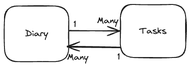
lewisje1991/example-postgres-api keeps this Excalidraw diagram as schema.excalidraw.png. Above is the earlier version. Source tidied: one line per element, renumbered; positions are measured from the earlier drawing's top-left corner, leaving out a move shared by most shapes.
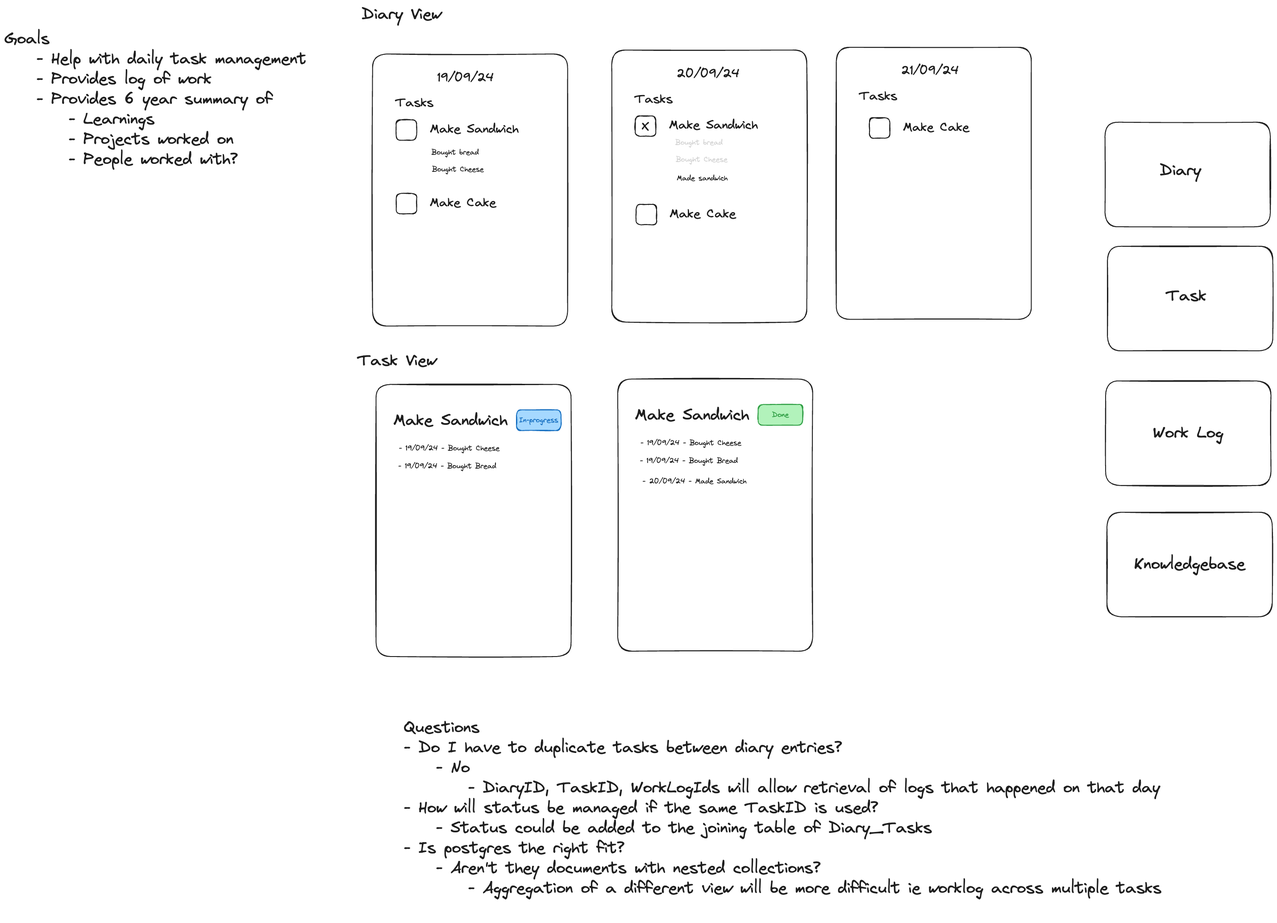
Later version of the same file.

What changed in the source:
```diff
@@ -1,10 +1,50 @@
-{"id": 0, "type": "rectangle", "strokeColor": "#1e1e1e", "strokeWidth": 2, "roughness": 1, "round": true, "x": 0, "y": 4, "width": 144, "height": 125}
+{"id": 10, "type": "rectangle", "strokeColor": "#1e1e1e", "strokeWidth": 2, "roughness": 1, "round": true, "x": -1717, "y": -186, "width": 437, "height": 610}
+{"id": 11, "type": "text", "text": "19/09/24", "strokeColor": "#1e1e1e", "strokeWidth": 2, "roughness": 1, "fontSize": 28, "fontFamily": 1, "x": -1572, "y": -150, "width": 127, "height": 35}
+{"id": 12, "type": "text", "text": "Tasks\n", "strokeColor": "#1e1e1e", "strokeWidth": 2, "roughness": 1, "fontSize": 28, "fontFamily": 1, "x": -1666, "y": -93, "width": 85, "height": 70}
+{"id": 13, "type": "rectangle", "strokeColor": "#1e1e1e", "strokeWidth": 2, "roughness": 1, "round": true, "x": -1665, "y": -38, "width": 46, "height": 46}
+{"id": 14, "type": "text", "text": "Make Sandwich", "strokeColor": "#1e1e1e", "strokeWidth": 2, "roughness": 1, "fontSize": 28, "fontFamily": 1, "x": -1589, "y": -35, "width": 199, "height": 35}
+{"id": 15, "type": "rectangle", "strokeColor": "#1e1e1e", "strokeWidth": 2, "roughness": 1, "round": true, "x": -1664, "y": 127, "width": 46, "height": 46}
+{"id": 16, "type": "text", "text": "Make Cake", "strokeColor": "#1e1e1e", "strokeWidth": 2, "roughness": 1, "fontSize": 28, "fontFamily": 1, "x": -1589, "y": 131, "width": 149, "height": 35}
+{"id": 17, "type": "text", "text": "Bought bread", "strokeColor": "#1e1e1e", "strokeWidth": 2, "roughness": 1, "fontSize": 16, "fontFamily": 1, "x": -1585, "y": 25, "width": 106, "height": 20}
+{"id": 18, "type": "text", "text": "Bought Cheese", "strokeColor": "#1e1e1e", "strokeWidth": 2, "roughness": 1, "fontSize": 16, "fontFamily": 1, "x": -1584, "y": 63, "width": 116, "height": 20}
+{"id": 19, "type": "rectangle", "strokeColor": "#1e1e1e", "strokeWidth": 2, "roughness": 1, "round": true, "x": -1182, "y": -194, "width": 437, "height": 610}
+{"id": 20, "type": "text", "text": "20/09/24", "strokeColor": "#1e1e1e", "strokeWidth": 2, "roughness": 1, "fontSize": 28, "fontFamily": 1, "x": -1037, "y": -159, "width": 141, "height": 35}
+{"id": 21, "type": "text", "text": "Tasks\n", "strokeColor": "#1e1e1e", "strokeWidth": 2, "roughness": 1, "fontSize": 28, "fontFamily": 1, "x": -1130, "y": -102, "width": 85, "height": 70}
+{"id": 22, "type": "rectangle", "strokeColor": "#1e1e1e", "strokeWidth": 2, "roughness": 1, "round": true, "x": -1129, "y": -47, "width": 46, "height": 46}
+{"id": 23, "type": "text", "text": "X", "strokeColor": "#1e1e1e", "strokeWidth": 2, "roughness": 1, "fontSize": 28, "fontFamily": 1, "textAlign": "center", "verticalAlign": "middle", "inside": 22, "x": -1114, "y": -41, "width": 17, "height": 35}
+{"id": 24, "type": "text", "text": "Make Sandwich", "strokeColor": "#1e1e1e", "strokeWidth": 2, "roughness": 1, "fontSize": 28, "fontFamily": 1, "x": -1053, "y": -43, "width": 199, "height": 35}
+{"id": 25, "type": "rectangle", "strokeColor": "#1e1e1e", "strokeWidth": 2, "roughness": 1, "round": true, "x": -1127, "y": 151, "width": 46, "height": 46}
+{"id": 26, "type": "text", "text": "Make Cake", "strokeColor": "#1e1e1e", "strokeWidth": 2, "roughness": 1, "fontSize": 28, "fontFamily": 1, "x": -1052, "y": 155, "width": 149, "height": 35}
+{"id": 27, "type": "text", "text": "Made sandwich", "strokeColor": "#1e1e1e", "strokeWidth": 2, "roughness": 1, "fontSize": 16, "fontFamily": 1, "x": -1036, "y": 84, "width": 114, "height": 20}
+{"id": 28, "type": "rectangle", "strokeColor": "#1e1e1e", "strokeWidth": 2, "roughness": 1, "round": true, "x": -679, "y": -201, "width": 437, "height": 610}
+{"id": 29, "type": "text", "text": "21/09/24", "strokeColor": "#1e1e1e", "strokeWidth": 2, "roughness": 1, "fontSize": 28, "fontFamily": 1, "x": -534, "y": -165, "width": 130, "height": 35}
+{"id": 30, "type": "text", "text": "Tasks\n", "strokeColor": "#1e1e1e", "strokeWidth": 2, "roughness": 1, "fontSize": 28, "fontFamily": 1, "x": -627, "y": -109, "width": 85, "height": 70}
+{"id": 31, "type": "rectangle", "strokeColor": "#1e1e1e", "strokeWidth": 2, "roughness": 1, "round": true, "x": -604, "y": -43, "width": 46, "height": 46}
+{"id": 32, "type": "text", "text": "Make Cake", "strokeColor": "#1e1e1e", "strokeWidth": 2, "roughness": 1, "fontSize": 28, "fontFamily": 1, "x": -529, "y": -39, "width": 149, "height": 35}
+{"id": 33, "type": "text", "text": "Bought bread", "strokeColor": "#1e1e1e", "strokeWidth": 2, "roughness": 1, "opacity": 20, "fontSize": 16, "fontFamily": 1, "x": -1039, "y": 3, "width": 106, "height": 20}
+{"id": 34, "type": "text", "text": "Bought Cheese", "strokeColor": "#1e1e1e", "strokeWidth": 2, "roughness": 1, "opacity": 20, "fontSize": 16, "fontFamily": 1, "x": -1038, "y": 42, "width": 116, "height": 20}
+{"id": 35, "type": "text", "text": "Diary View", "strokeColor": "#1e1e1e", "strokeWidth": 2, "roughness": 1, "fontSize": 36, "fontFamily": 1, "x": -1742, "y": -297, "width": 178, "height": 45}
+{"id": 36, "type": "text", "text": "Task View", "strokeColor": "#1e1e1e", "strokeWidth": 2, "roughness": 1, "fontSize": 36, "fontFamily": 1, "x": -1751, "y": 480, "width": 176, "height": 45}
+{"id": 37, "type": "rectangle", "strokeColor": "#1e1e1e", "strokeWidth": 2, "roughness": 1, "round": true, "x": -1710, "y": 555, "width": 437, "height": 610}
+{"id": 38, "type": "text", "text": "Make Sandwich", "strokeColor": "#1e1e1e", "strokeWidth": 2, "roughness": 1, "fontSize": 36, "fontFamily": 1, "x": -1671, "y": 614, "width": 256, "height": 45}
+{"id": 39, "type": "text", "text": "- 19/09/24 - Bought Cheese", "strokeColor": "#1e1e1e", "strokeWidth": 2, "roughness": 1, "fontSize": 16, "fontFamily": 1, "x": -1658, "y": 688, "width": 225, "height": 20}
+{"id": 40, "type": "text", "text": "- 19/09/24 - Bought Bread", "strokeColor": "#1e1e1e", "strokeWidth": 2, "roughness": 1, "fontSize": 16, "fontFamily": 1, "x": -1660, "y": 728, "width": 219, "height": 20}
+{"id": 41, "type": "rectangle", "strokeColor": "#1971c2", "backgroundColor": "#a5d8ff", "fillStyle": "solid", "strokeWidth": 2, "roughness": 1, "round": true, "x": -1395, "y": 612, "width": 100, "height": 46}
+{"id": 42, "type": "text", "text": "In-progress", "strokeColor": "#1971c2", "backgroundColor": "#a5d8ff", "fillStyle": "solid", "strokeWidth": 2, "roughness": 1, "fontSize": 16, "fontFamily": 1, "textAlign": "center", "verticalAlign": "middle", "inside": 41, "x": -1389, "y": 625, "width": 87, "height": 20}
+{"id": 43, "type": "rectangle", "strokeColor": "#1e1e1e", "strokeWidth": 2, "roughness": 1, "round": true, "x": -1168, "y": 543, "width": 437, "height": 610}
+{"id": 44, "type": "text", "text": "Make Sandwich", "strokeColor": "#1e1e1e", "strokeWidth": 2, "roughness": 1, "fontSize": 36, "fontFamily": 1, "x": -1130, "y": 602, "width": 256, "height": 45}
+{"id": 45, "type": "text", "text": "- 19/09/24 - Bought Cheese", "strokeColor": "#1e1e1e", "strokeWidth": 2, "roughness": 1, "fontSize": 16, "fontFamily": 1, "x": -1117, "y": 676, "width": 225, "height": 20}
+{"id": 46, "type": "text", "text": "- 19/09/24 - Bought Bread", "strokeColor": "#1e1e1e", "strokeWidth": 2, "roughness": 1, "fontSize": 16, "fontFamily": 1, "x": -1118, "y": 716, "width": 219, "height": 20}
+{"id": 47, "type": "rectangle", "strokeColor": "#2f9e44", "backgroundColor": "#b2f2bb", "fillStyle": "solid", "strokeWidth": 2, "roughness": 1, "round": true, "x": -854, "y": 600, "width": 100, "height": 46}
+{"id": 48, "type": "text", "text": "Done", "strokeColor": "#2f9e44", "backgroundColor": "#a5d8ff", "fillStyle": "solid", "strokeWidth": 2, "roughness": 1, "fontSize": 16, "fontFamily": 1, "textAlign": "center", "verticalAlign": "middle", "inside": 47, "x": -823, "y": 613, "width": 38, "height": 20}
+{"id": 49, "type": "text", "text": "- 20/09/24 - Made Sandwich", "strokeColor": "#1e1e1e", "strokeWidth": 2, "roughness": 1, "fontSize": 16, "fontFamily": 1, "x": -1113, "y": 763, "width": 233, "height": 20}
+{"id": 50, "type": "rectangle", "strokeColor": "#1e1e1e", "strokeWidth": 2, "roughness": 1, "round": true, "x": -77, "y": -33, "width": 370, "height": 234}
-{"id": 1, "type": "text", "text": "Diary", "strokeColor": "#1e1e1e", "strokeWidth": 2, "roughness": 1, "fontSize": 20, "fontFamily": 1, "textAlign": "center", "verticalAlign": "middle", "inside": 0, "x": 46, "y": 53, "width": 51, "height": 25}
+{"id": 1, "type": "text", "text": "Diary", "strokeColor": "#1e1e1e", "strokeWidth": 2, "roughness": 1, "fontSize": 36, "fontFamily": 1, "x": 46, "y": 53, "width": 92, "height": 45}
-{"id": 2, "type": "rectangle", "strokeColor": "#1e1e1e", "strokeWidth": 2, "roughness": 1, "round": true, "x": 260, "y": 0, "width": 147, "height": 119}
-{"id": 3, "type": "text", "text": "Tasks", "strokeColor": "#1e1e1e", "strokeWidth": 2, "roughness": 1, "fontSize": 20, "fontFamily": 1, "textAlign": "center", "verticalAlign": "middle", "inside": 2, "x": 303, "y": 47, "width": 61, "height": 25}
-{"id": 4, "type": "arrow", "strokeColor": "#1e1e1e", "strokeWidth": 2, "roughness": 1, "endArrowhead": "arrow", "round": true, "from": 0, "to": 2, "x": 145, "y": 59, "width": 113, "height": 0, "points": [[0, 0], [113, 0]]}
-{"id": 5, "type": "text", "text": "1", "strokeColor": "#1e1e1e", "strokeWidth": 2, "roughness": 1, "fontSize": 20, "fontFamily": 1, "x": 155, "y": 32, "width": 5, "height": 25}
-{"id": 6, "type": "text", "text": "Many", "strokeColor": "#1e1e1e", "strokeWidth": 2, "roughness": 1, "fontSize": 20, "fontFamily": 1, "x": 208, "y": 24, "width": 47, "height": 25}
-{"id": 7, "type": "arrow", "strokeColor": "#1e1e1e", "strokeWidth": 2, "roughness": 1, "endArrowhead": "arrow", "round": true, "from": 8, "to": 9, "x": 260, "y": 98, "width": 120, "height": 2, "points": [[0, 0], [-120, -2]]}
-{"id": 8, "type": "text", "text": "1", "strokeColor": "#1e1e1e", "strokeWidth": 2, "roughness": 1, "fontSize": 20, "fontFamily": 1, "x": 254, "y": 105, "width": 5, "height": 25}
-{"id": 9, "type": "text", "text": "Many\n", "strokeColor": "#1e1e1e", "strokeWidth": 2, "roughness": 1, "fontSize": 20, "fontFamily": 1, "x": 140, "y": 106, "width": 47, "height": 50}
+{"id": 51, "type": "rectangle", "strokeColor": "#1e1e1e", "strokeWidth": 2, "roughness": 1, "round": true, "x": -71, "y": 245, "width": 370, "height": 234}
+{"id": 52, "type": "text", "text": "Task", "strokeColor": "#1e1e1e", "strokeWidth": 2, "roughness": 1, "fontSize": 36, "fontFamily": 1, "x": 61, "y": 335, "width": 90, "height": 45}
+{"id": 53, "type": "rectangle", "strokeColor": "#1e1e1e", "strokeWidth": 2, "roughness": 1, "round": true, "x": -75, "y": 547, "width": 370, "height": 234}
+{"id": 54, "type": "text", "text": "Work Log", "strokeColor": "#1e1e1e", "strokeWidth": 2, "roughness": 1, "fontSize": 36, "fontFamily": 1, "textAlign": "center", "verticalAlign": "middle", "inside": 53, "x": 31, "y": 642, "width": 157, "height": 45}
+{"id": 55, "type": "rectangle", "strokeColor": "#1e1e1e", "strokeWidth": 2, "roughness": 1, "round": true, "x": -72, "y": 841, "width": 370, "height": 234}
+{"id": 56, "type": "text", "text": "Knowledgebase", "strokeColor": "#1e1e1e", "strokeWidth": 2, "roughness": 1, "fontSize": 36, "fontFamily": 1, "textAlign": "center", "verticalAlign": "middle", "inside": 55, "x": -12, "y": 936, "width": 250, "height": 45}
+{"id": 57, "type": "text", "text": "Questions\n- Do I have to duplicate tasks between diary entries?\n    - No\n        - DiaryID, TaskID, WorkLogIds will allow retrieval of logs that happened on that day\n- How will status be managed if the same TaskID is used?\n    - Status could be added to the joining table of Diary_Tasks\n- Is postgres the right fit?\n    - Aren't they documents with nested collections?\n        - Aggregation of a different view will be more difficult ie worklog across multiple tasks\n", "strokeColor": "#1e1e1e", "strokeWidth": 2, "roughness": 1, "fontSize": 36, "fontFamily": 1, "x": -1647, "y": 1302, "width": 1697, "height": 450}
+{"id": 58, "type": "text", "text": "Goals\n    - Help with daily task management\n    - Provides log of work\n    - Provides 6 year summary of\n        - Learnings\n        - Projects worked on\n        - People worked with?", "strokeColor": "#1e1e1e", "strokeWidth": 2, "roughness": 1, "fontSize": 36, "fontFamily": 1, "x": -2542, "y": -241, "width": 677, "height": 315}
```
